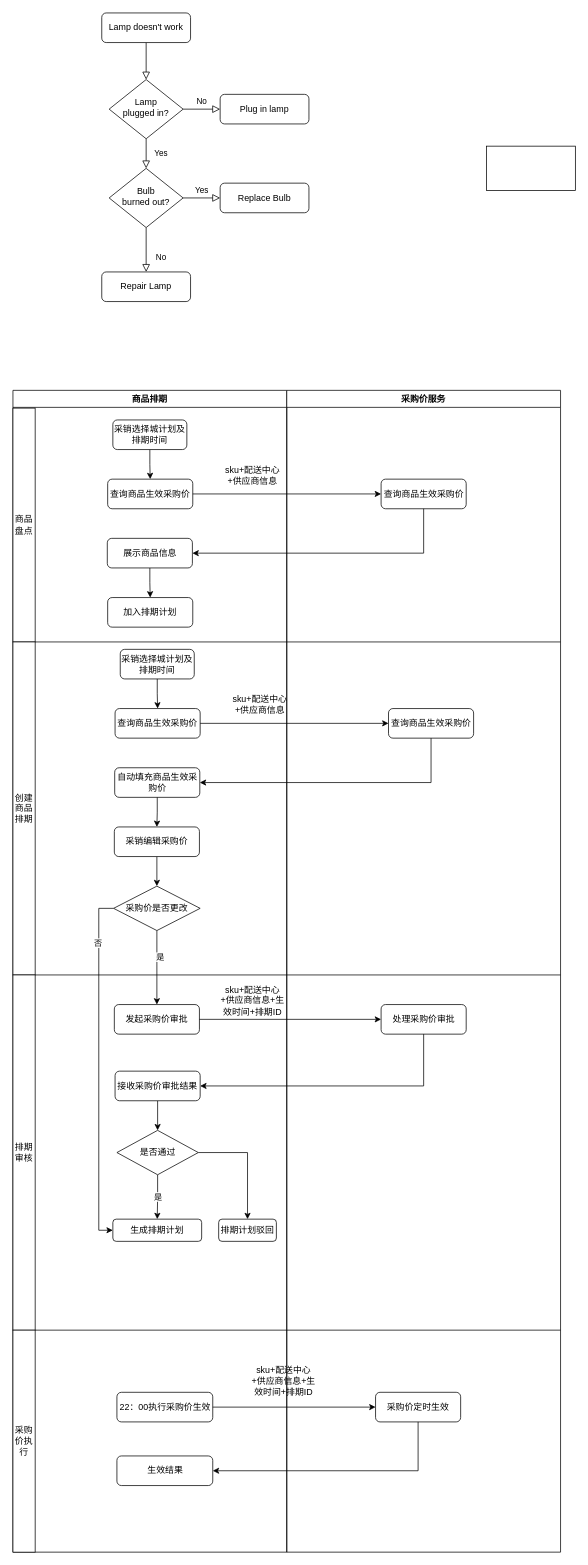
Earlier version of the draw.io diagram 商品排期采购价交互.drawio (lihema/lihemahome). Source tidied: cells renumbered, new cells numbered last; positions are measured from the earlier drawing's top-left corner, leaving out a move shared by most shapes. Both pictures are drawn from the tidied source at 74%, with x=0, y=0 at pixel (13, 13).
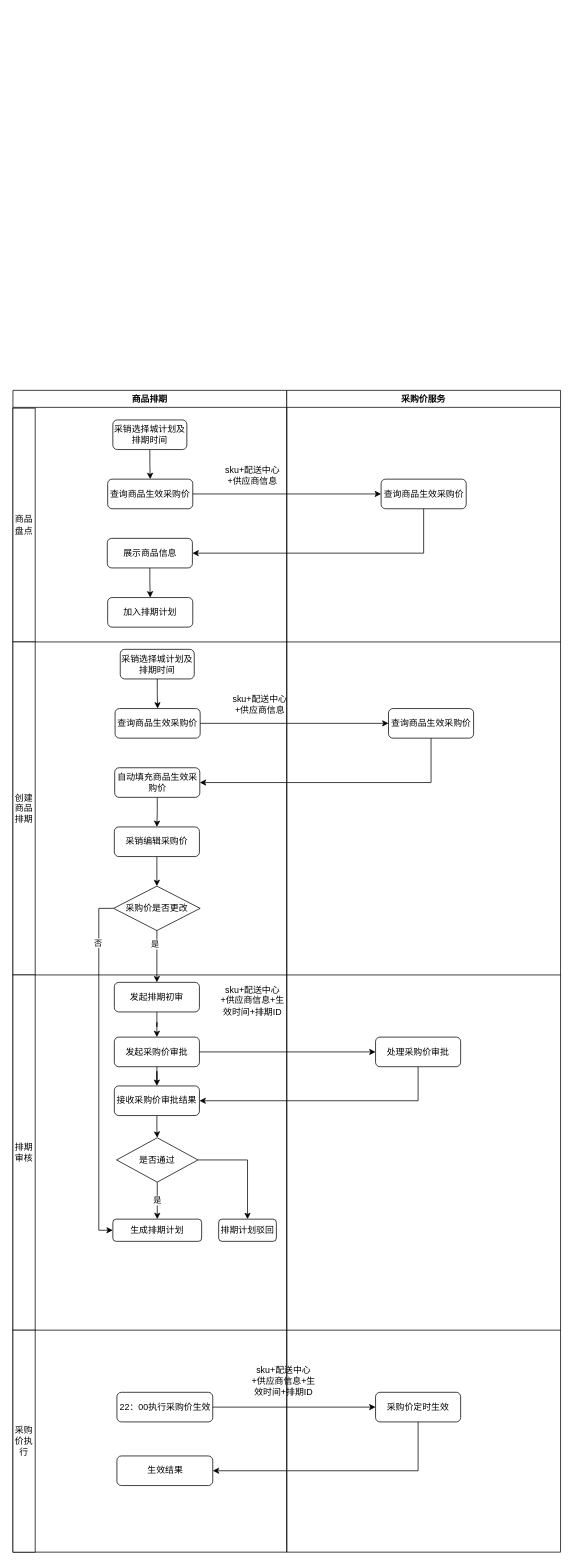
After the change.

Commit message (it also covers changes not shown here):
更新商品排期采购价交互.drawio

The change refers to these unchanged cells:
```xml
<mxCell id="13" value="商品排期" style="swimlane;" parent="1" vertex="1">
  <mxGeometry y="510" width="370" height="1570" as="geometry" />
</mxCell>
<mxCell id="32" value="采购价是否更改" style="rhombus;whiteSpace=wrap;html=1;" parent="13" vertex="1">
  <mxGeometry x="136" y="670" width="117" height="60" as="geometry" />
</mxCell>
<mxCell id="46" value="采购价服务" style="swimlane;" parent="1" vertex="1">
  <mxGeometry x="370" y="510" width="370" height="1570" as="geometry" />
</mxCell>
```

Diff of the diagram source:
```diff
@@
-    <mxCell id="2" style="rounded=0;html=1;jettySize=auto;fontSize=11;endArrow=block;endFill=0;endSize=8;strokeWidth=1;shadow=0;labelBackgroundColor=none;edgeStyle=orthogonalEdgeStyle;" parent="1" edge="1" source="3" target="6">
-      <mxGeometry relative="1" as="geometry" />
-    </mxCell>
-    <mxCell id="3" value="Lamp doesn't work" style="rounded=1;whiteSpace=wrap;html=1;fontSize=12;glass=0;strokeWidth=1;shadow=0;" parent="1" vertex="1">
-      <mxGeometry x="120" width="120" height="40" as="geometry" />
-    </mxCell>
-    <mxCell id="4" value="Yes" style="rounded=0;html=1;jettySize=auto;fontSize=11;endArrow=block;endFill=0;endSize=8;strokeWidth=1;shadow=0;labelBackgroundColor=none;edgeStyle=orthogonalEdgeStyle;" parent="1" edge="1" source="6" target="10">
-      <mxGeometry y="20" relative="1" as="geometry" />
-    </mxCell>
-    <mxCell id="5" value="No" style="edgeStyle=orthogonalEdgeStyle;rounded=0;html=1;jettySize=auto;fontSize=11;endArrow=block;endFill=0;endSize=8;strokeWidth=1;shadow=0;labelBackgroundColor=none;" parent="1" edge="1" source="6" target="7">
-      <mxGeometry y="10" relative="1" as="geometry" />
-    </mxCell>
-    <mxCell id="6" value="Lamp&lt;br&gt;plugged in?" style="rhombus;whiteSpace=wrap;html=1;shadow=0;fontFamily=Helvetica;fontSize=12;align=center;strokeWidth=1;spacing=6;spacingTop=-4;" parent="1" vertex="1">
-      <mxGeometry x="130" y="90" width="100" height="80" as="geometry" />
-    </mxCell>
-    <mxCell id="7" value="Plug in lamp" style="rounded=1;whiteSpace=wrap;html=1;fontSize=12;glass=0;strokeWidth=1;shadow=0;" parent="1" vertex="1">
-      <mxGeometry x="280" y="110" width="120" height="40" as="geometry" />
-    </mxCell>
-    <mxCell id="8" value="No" style="rounded=0;html=1;jettySize=auto;fontSize=11;endArrow=block;endFill=0;endSize=8;strokeWidth=1;shadow=0;labelBackgroundColor=none;edgeStyle=orthogonalEdgeStyle;" parent="1" edge="1" source="10" target="11">
-      <mxGeometry x="0.33" y="20" relative="1" as="geometry" />
-    </mxCell>
-    <mxCell id="9" value="Yes" style="edgeStyle=orthogonalEdgeStyle;rounded=0;html=1;jettySize=auto;fontSize=11;endArrow=block;endFill=0;endSize=8;strokeWidth=1;shadow=0;labelBackgroundColor=none;" parent="1" edge="1" source="10" target="12">
-      <mxGeometry y="10" relative="1" as="geometry" />
-    </mxCell>
-    <mxCell id="10" value="Bulb&lt;br&gt;burned out?" style="rhombus;whiteSpace=wrap;html=1;shadow=0;fontFamily=Helvetica;fontSize=12;align=center;strokeWidth=1;spacing=6;spacingTop=-4;" parent="1" vertex="1">
-      <mxGeometry x="130" y="210" width="100" height="80" as="geometry" />
-    </mxCell>
-    <mxCell id="11" value="Repair Lamp" style="rounded=1;whiteSpace=wrap;html=1;fontSize=12;glass=0;strokeWidth=1;shadow=0;" parent="1" vertex="1">
-      <mxGeometry x="120" y="350" width="120" height="40" as="geometry" />
-    </mxCell>
-    <mxCell id="12" value="Replace Bulb" style="rounded=1;whiteSpace=wrap;html=1;fontSize=12;glass=0;strokeWidth=1;shadow=0;" parent="1" vertex="1">
-      <mxGeometry x="280" y="230" width="120" height="40" as="geometry" />
-    </mxCell>
@@
-    <mxCell id="28" style="edgeStyle=orthogonalEdgeStyle;rounded=0;jettySize=auto;html=1;endArrow=classic;endFill=1;" parent="13" edge="1" source="32" target="33">
-      <mxGeometry relative="1" as="geometry" />
-    </mxCell>
-    <mxCell id="29" value="是" style="edgeLabel;html=1;align=center;verticalAlign=middle;" parent="28" vertex="1">
-      <mxGeometry x="-0.3" y="4" relative="1" as="geometry" />
-    </mxCell>
@@
+    <mxCell id="67" style="edgeStyle=orthogonalEdgeStyle;rounded=0;jettySize=auto;html=1;endArrow=classic;endFill=1;" parent="13" edge="1" source="32" target="70">
+      <mxGeometry relative="1" as="geometry" />
+    </mxCell>
+    <mxCell id="29" value="是" style="edgeLabel;html=1;align=center;verticalAlign=middle;" parent="67" vertex="1">
+      <mxGeometry x="-0.49" y="-3" relative="1" as="geometry" />
+    </mxCell>
@@
+    <mxCell id="68" style="edgeStyle=orthogonalEdgeStyle;rounded=0;jettySize=auto;html=1;endArrow=classic;endFill=1;entryX=0.5;entryY=0;entryDx=0;entryDy=0;" parent="13" edge="1" source="33" target="35">
+      <mxGeometry relative="1" as="geometry" />
+    </mxCell>
     <mxCell id="33" value="发起采购价审批" style="rounded=1;whiteSpace=wrap;html=1;" parent="13" vertex="1">
-      <mxGeometry x="137" y="830" width="115" height="40" as="geometry" />
+      <mxGeometry x="137" y="874" width="115" height="40" as="geometry" />
     </mxCell>
@@
     <mxCell id="35" value="接收采购价审批结果" style="rounded=1;whiteSpace=wrap;html=1;" parent="13" vertex="1">
-      <mxGeometry x="138" y="920" width="115" height="40" as="geometry" />
+      <mxGeometry x="137" y="940" width="115" height="40" as="geometry" />
     </mxCell>
@@
     <mxCell id="39" value="是否通过" style="rhombus;whiteSpace=wrap;html=1;" parent="13" vertex="1">
-      <mxGeometry x="140.5" y="1000" width="110" height="60" as="geometry" />
+      <mxGeometry x="140" y="1010" width="110" height="60" as="geometry" />
     </mxCell>
@@
+    <mxCell id="69" style="edgeStyle=orthogonalEdgeStyle;rounded=0;jettySize=auto;html=1;endArrow=classic;endFill=1;entryX=0.5;entryY=0;entryDx=0;entryDy=0;" parent="13" edge="1" source="70" target="33">
+      <mxGeometry relative="1" as="geometry" />
+    </mxCell>
+    <mxCell id="70" value="发起排期初审" style="rounded=1;whiteSpace=wrap;html=1;" parent="13" vertex="1">
+      <mxGeometry x="137" y="800" width="115" height="40" as="geometry" />
+    </mxCell>
@@
     <mxCell id="56" value="处理采购价审批" style="rounded=1;whiteSpace=wrap;html=1;" parent="46" vertex="1">
-      <mxGeometry x="127.5" y="830" width="115" height="40" as="geometry" />
+      <mxGeometry x="120" y="874" width="115" height="40" as="geometry" />
     </mxCell>
@@
-    <mxCell id="59" style="rounded=0;whiteSpace=wrap;html=1;" parent="1" vertex="1">
-      <mxGeometry x="640" y="180" width="120" height="60" as="geometry" />
-    </mxCell>
```
